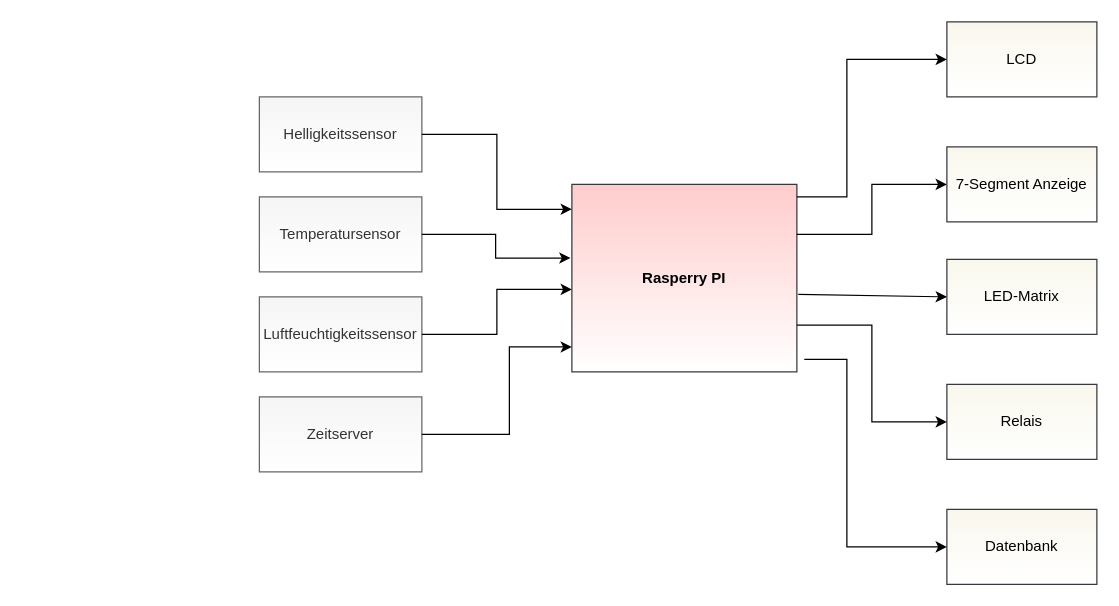
Before: Blockschaltplan1.drawio in floork/pi_school_project, a draw.io diagram. Source tidied: cells renumbered, new cells numbered last; positions are measured from the earlier drawing's top-left corner, leaving out a move shared by most shapes. Both pictures are drawn from the tidied source at 125%, with x=0, y=0 at pixel (259, 21).
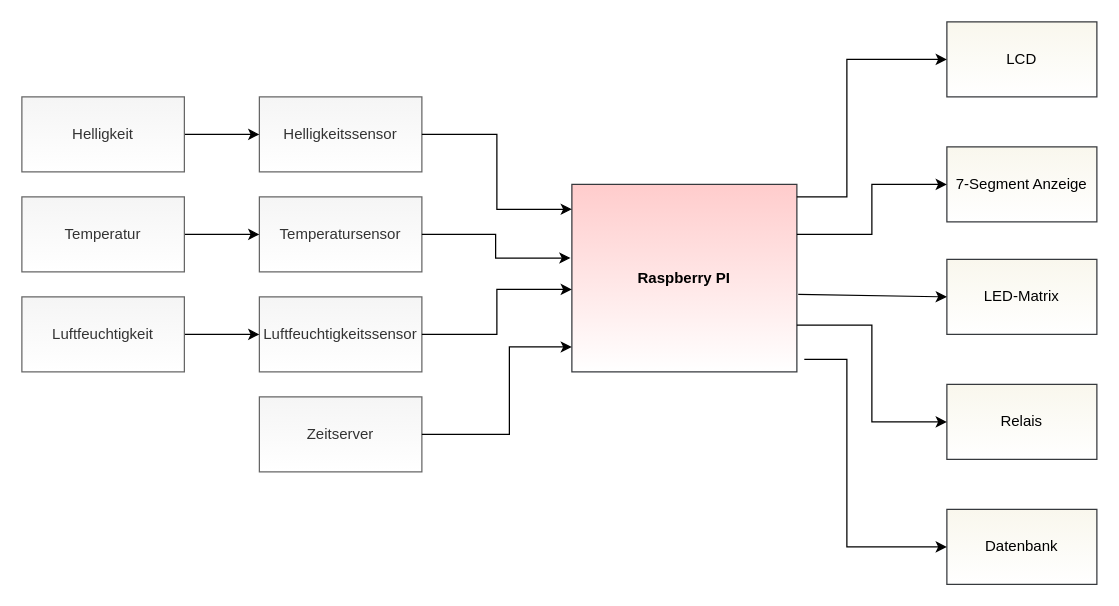
After the change.

The change refers to these unchanged cells:
```xml
<mxCell id="3" value="Helligkeitssensor" style="rounded=0;whiteSpace=wrap;html=1;fillColor=#f5f5f5;fontColor=#333333;strokeColor=#666666;gradientColor=#ffffff;" parent="1" vertex="1">
  <mxGeometry y="60" width="130" height="60" as="geometry" />
</mxCell>
<mxCell id="5" value="Temperatursensor" style="rounded=0;whiteSpace=wrap;html=1;fillColor=#f5f5f5;fontColor=#333333;strokeColor=#666666;gradientColor=#ffffff;" parent="1" vertex="1">
  <mxGeometry y="140" width="130" height="60" as="geometry" />
</mxCell>
<mxCell id="6" value="Luftfeuchtigkeitssensor" style="rounded=0;whiteSpace=wrap;html=1;fillColor=#f5f5f5;fontColor=#333333;strokeColor=#666666;gradientColor=#ffffff;" parent="1" vertex="1">
  <mxGeometry y="220" width="130" height="60" as="geometry" />
</mxCell>
```

Diff of the diagram source:
```diff
@@
-    <mxCell id="2" value="&lt;b&gt;Rasperry PI&lt;/b&gt;" style="rounded=0;whiteSpace=wrap;html=1;fillColor=#ffcccc;strokeColor=#36393d;gradientColor=#ffffff;" parent="1" vertex="1">
+    <mxCell id="2" value="&lt;b&gt;Raspberry PI&lt;/b&gt;" style="rounded=0;whiteSpace=wrap;html=1;fillColor=#ffcccc;strokeColor=#36393d;gradientColor=#ffffff;" parent="1" vertex="1">
       <mxGeometry x="250" y="130" width="180" height="150" as="geometry" />
     </mxCell>
@@
+    <mxCell id="21" style="edgeStyle=orthogonalEdgeStyle;rounded=0;jettySize=auto;html=1;exitX=1;exitY=0.5;exitDx=0;exitDy=0;entryX=0;entryY=0.5;entryDx=0;entryDy=0;" parent="1" edge="1" source="22" target="3">
+      <mxGeometry relative="1" as="geometry" />
+    </mxCell>
+    <mxCell id="22" value="Helligkeit" style="rounded=0;whiteSpace=wrap;html=1;fillColor=#f5f5f5;fontColor=#333333;strokeColor=#666666;gradientColor=#ffffff;" parent="1" vertex="1">
+      <mxGeometry x="-190" y="60" width="130" height="60" as="geometry" />
+    </mxCell>
+    <mxCell id="23" style="edgeStyle=orthogonalEdgeStyle;rounded=0;jettySize=auto;html=1;exitX=1;exitY=0.5;exitDx=0;exitDy=0;entryX=0;entryY=0.5;entryDx=0;entryDy=0;" parent="1" edge="1" source="24" target="5">
+      <mxGeometry relative="1" as="geometry" />
+    </mxCell>
+    <mxCell id="24" value="Temperatur" style="rounded=0;whiteSpace=wrap;html=1;fillColor=#f5f5f5;fontColor=#333333;strokeColor=#666666;gradientColor=#ffffff;" parent="1" vertex="1">
+      <mxGeometry x="-190" y="140" width="130" height="60" as="geometry" />
+    </mxCell>
+    <mxCell id="25" style="edgeStyle=orthogonalEdgeStyle;rounded=0;jettySize=auto;html=1;exitX=1;exitY=0.5;exitDx=0;exitDy=0;" parent="1" edge="1" source="26" target="6">
+      <mxGeometry relative="1" as="geometry" />
+    </mxCell>
+    <mxCell id="26" value="Luftfeuchtigkeit" style="rounded=0;whiteSpace=wrap;html=1;fillColor=#f5f5f5;fontColor=#333333;strokeColor=#666666;gradientColor=#ffffff;" parent="1" vertex="1">
+      <mxGeometry x="-190" y="220" width="130" height="60" as="geometry" />
+    </mxCell>
```
